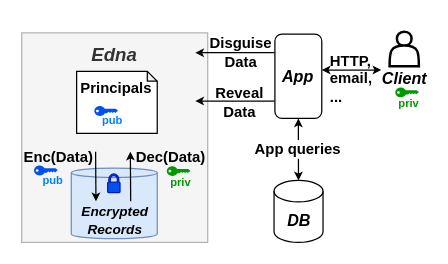
This is page "EDNA" (2 of 13) of papers/osdi22/figs/edna.drawio from tslilyai/data_disguises_lobsters, a draw.io file, before an edit. Source tidied: cells renumbered, new cells numbered last; positions are measured from the earlier drawing's top-left corner, leaving out a move shared by most shapes. Both pictures are drawn from the tidied source at 124%, with x=0, y=0 at pixel (21, 31).
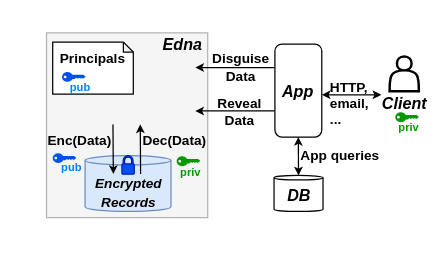
Above is the later version.

Diff of the diagram source:
```diff
@@
-    <mxCell id="2" value="&lt;div&gt;HTTP, &lt;br&gt;email, &lt;br&gt;...&lt;/div&gt;" style="text;html=1;strokeColor=none;fillColor=none;align=left;verticalAlign=middle;whiteSpace=wrap;rounded=0;fontSize=12;fontColor=#000000;labelBackgroundColor=#ffffff;fontStyle=1;" parent="1" vertex="1">
-      <mxGeometry x="247" y="30.5" width="43" height="15" as="geometry" />
+    <mxCell id="2" value="&lt;div style=&quot;font-size: 11px;&quot;&gt;HTTP, &lt;br style=&quot;font-size: 11px;&quot;&gt;email, &lt;br style=&quot;font-size: 11px;&quot;&gt;...&lt;/div&gt;" style="text;html=1;strokeColor=none;fillColor=none;align=left;verticalAlign=middle;whiteSpace=wrap;rounded=0;fontSize=11;fontColor=#000000;labelBackgroundColor=#ffffff;fontStyle=1;" parent="1" vertex="1">
+      <mxGeometry x="247" y="50.5" width="43" height="15" as="geometry" />
     </mxCell>
-    <mxCell id="3" value="&lt;div style=&quot;font-size: 12px&quot;&gt;Disguise &lt;br&gt;Data&lt;/div&gt;" style="text;html=1;strokeColor=none;fillColor=none;align=center;verticalAlign=middle;whiteSpace=wrap;rounded=0;fontSize=12;fontColor=#000000;labelBackgroundColor=#ffffff;fontStyle=1;" parent="1" vertex="1">
-      <mxGeometry x="117" y="7" width="120" height="20" as="geometry" />
+    <mxCell id="3" value="&lt;div style=&quot;font-size: 11px;&quot;&gt;Disguise &lt;br style=&quot;font-size: 11px;&quot;&gt;Data&lt;/div&gt;" style="text;html=1;strokeColor=none;fillColor=none;align=center;verticalAlign=middle;whiteSpace=wrap;rounded=0;fontSize=11;fontColor=#000000;labelBackgroundColor=#ffffff;fontStyle=1;" parent="1" vertex="1">
+      <mxGeometry x="117" y="19" width="120" height="20" as="geometry" />
     </mxCell>
-    <mxCell id="4" value="DB" style="shape=cylinder3;whiteSpace=wrap;html=1;boundedLbl=1;backgroundOutline=1;size=8.655172413793196;fillColor=none;fontSize=13;fontStyle=3;" parent="1" vertex="1">
-      <mxGeometry x="203.5" y="120" width="39.5" height="50" as="geometry" />
+    <mxCell id="4" value="DB" style="shape=cylinder3;whiteSpace=wrap;html=1;boundedLbl=1;backgroundOutline=1;size=1.7999999999999545;fillColor=none;fontSize=13;fontStyle=3;" parent="1" vertex="1">
+      <mxGeometry x="203.5" y="116" width="39.5" height="29" as="geometry" />
     </mxCell>
     <mxCell id="5" value="App" style="rounded=1;whiteSpace=wrap;html=1;fillColor=none;fontSize=13;fontStyle=3;" parent="1" vertex="1">
-      <mxGeometry x="204.2" y="2" width="37.8" height="68" as="geometry" />
+      <mxGeometry x="204.2" y="10" width="37.8" height="75" as="geometry" />
     </mxCell>
-    <mxCell id="6" value="&lt;div&gt;&lt;br&gt;Edna&lt;br&gt;&lt;/div&gt;" style="rounded=0;whiteSpace=wrap;html=1;fillColor=#f5f5f5;fontSize=15;fontColor=#333333;flipV=1;horizontal=1;verticalAlign=top;spacing=0;spacingTop=-14;strokeColor=#B3B3B3;fontStyle=3;" parent="1" vertex="1">
-      <mxGeometry y="1" width="150" height="169" as="geometry" />
+    <mxCell id="6" style="rounded=0;whiteSpace=wrap;html=1;fillColor=#f5f5f5;fontSize=15;fontColor=#333333;flipV=1;horizontal=1;verticalAlign=top;spacing=0;spacingTop=-14;strokeColor=#B3B3B3;fontStyle=3;" parent="1" vertex="1">
+      <mxGeometry x="20" y="1" width="130" height="149" as="geometry" />
     </mxCell>
     <mxCell id="7" style="endArrow=classic;html=1;strokeWidth=1;fontSize=15;fontColor=#000000;entryX=1.042;entryY=0.819;entryDx=0;entryDy=0;entryPerimeter=0;endSize=4;startSize=4;fontStyle=1;" parent="1" edge="1">
       <mxGeometry relative="1" as="geometry">
-        <mxPoint x="204" y="17" as="sourcePoint" />
-        <mxPoint x="140" y="17" as="targetPoint" />
+        <mxPoint x="204" y="29" as="sourcePoint" />
+        <mxPoint x="140" y="29" as="targetPoint" />
       </mxGeometry>
     </mxCell>
@@
-    <mxCell id="9" value="App queries" style="text;html=1;strokeColor=none;fillColor=none;align=center;verticalAlign=middle;whiteSpace=wrap;rounded=0;fontSize=12;fontColor=#000000;labelBackgroundColor=#ffffff;fontStyle=1;" parent="1" vertex="1">
-      <mxGeometry x="178.2" y="87" width="90" height="15" as="geometry" />
+    <mxCell id="9" value="&lt;div style=&quot;font-size: 11px;&quot;&gt;App queries&lt;/div&gt;" style="text;html=1;strokeColor=none;fillColor=none;align=center;verticalAlign=middle;whiteSpace=wrap;rounded=0;fontSize=11;fontColor=#000000;labelBackgroundColor=#ffffff;fontStyle=1;" parent="1" vertex="1">
+      <mxGeometry x="211.5" y="92" width="90" height="15" as="geometry" />
     </mxCell>
-    <mxCell id="10" value="&lt;div&gt;Principals&lt;/div&gt;" style="shape=note;whiteSpace=wrap;html=1;backgroundOutline=1;darkOpacity=0.05;size=8;labelBackgroundColor=none;horizontal=1;verticalAlign=top;fontStyle=1;" parent="1" vertex="1">
-      <mxGeometry x="44.3" y="32" width="65" height="50" as="geometry" />
+    <mxCell id="10" value="&lt;div style=&quot;font-size: 11px;&quot;&gt;Principals&lt;/div&gt;" style="shape=note;whiteSpace=wrap;html=1;backgroundOutline=1;darkOpacity=0.05;size=8;labelBackgroundColor=none;horizontal=1;verticalAlign=top;fontStyle=1;fontSize=11;" parent="1" vertex="1">
+      <mxGeometry x="25" y="8.5" width="65" height="42" as="geometry" />
     </mxCell>
-    <mxCell id="11" value="&lt;div style=&quot;font-size: 12px&quot;&gt;Reveal&lt;br&gt;Data&lt;/div&gt;" style="text;html=1;strokeColor=none;fillColor=none;align=center;verticalAlign=middle;whiteSpace=wrap;rounded=0;fontSize=12;fontColor=#000000;labelBackgroundColor=#ffffff;fontStyle=1;" parent="1" vertex="1">
-      <mxGeometry x="116" y="47" width="120" height="20" as="geometry" />
+    <mxCell id="11" value="&lt;div style=&quot;font-size: 11px;&quot;&gt;Reveal&lt;br style=&quot;font-size: 11px;&quot;&gt;Data&lt;/div&gt;" style="text;html=1;strokeColor=none;fillColor=none;align=center;verticalAlign=middle;whiteSpace=wrap;rounded=0;fontSize=11;fontColor=#000000;labelBackgroundColor=#ffffff;fontStyle=1;" parent="1" vertex="1">
+      <mxGeometry x="163" y="55" width="26" height="20" as="geometry" />
     </mxCell>
     <mxCell id="12" style="endArrow=classic;html=1;strokeWidth=1;fontSize=15;fontColor=#000000;entryX=1.042;entryY=0.819;entryDx=0;entryDy=0;entryPerimeter=0;endSize=4;startSize=4;fontStyle=1;" parent="1" edge="1">
       <mxGeometry relative="1" as="geometry">
-        <mxPoint x="204" y="56" as="sourcePoint" />
-        <mxPoint x="140" y="56" as="targetPoint" />
+        <mxPoint x="204" y="64" as="sourcePoint" />
+        <mxPoint x="140" y="64" as="targetPoint" />
       </mxGeometry>
     </mxCell>
     <mxCell id="13" value="&lt;font style=&quot;font-size: 11px&quot;&gt;Encrypted &lt;br&gt;Records&lt;/font&gt;" style="shape=cylinder3;html=1;boundedLbl=1;backgroundOutline=1;size=3.8275862068964557;labelPosition=center;verticalLabelPosition=middle;align=center;verticalAlign=bottom;fillColor=#dae8fc;strokeColor=#6c8ebf;spacingBottom=-3;fontStyle=3;" parent="1" vertex="1">
-      <mxGeometry x="40" y="110" width="69.3" height="57" as="geometry" />
+      <mxGeometry x="51.1" y="100" width="69.3" height="45" as="geometry" />
     </mxCell>
     <mxCell id="14" style="shadow=0;dashed=0;html=1;fillColor=#0050ef;labelPosition=center;verticalLabelPosition=bottom;verticalAlign=top;align=center;shape=mxgraph.office.security.lock_protected;fontColor=#ffffff;strokeColor=#001DBC;fontStyle=1;" parent="1" vertex="1">
-      <mxGeometry x="69.3" y="114.8" width="10" height="15" as="geometry" />
+      <mxGeometry x="80.8" y="100" width="10" height="15" as="geometry" />
     </mxCell>
     <mxCell id="15" style="endArrow=classic;html=1;strokeWidth=1;fontSize=15;fontColor=#000000;startArrow=classic;startFill=1;endSize=4;startSize=4;exitX=1;exitY=0.5;exitDx=0;exitDy=0;fontStyle=1;" parent="1" edge="1">
       <mxGeometry relative="1" as="geometry">
-        <mxPoint x="242" y="31" as="sourcePoint" />
-        <mxPoint x="290" y="31" as="targetPoint" />
+        <mxPoint x="242" y="51" as="sourcePoint" />
+        <mxPoint x="290" y="51" as="targetPoint" />
       </mxGeometry>
     </mxCell>
-    <mxCell id="16" value="&lt;div style=&quot;font-size: 12px&quot;&gt;Dec(Data)&lt;/div&gt;" style="text;html=1;strokeColor=none;fillColor=none;align=center;verticalAlign=middle;whiteSpace=wrap;rounded=0;fontSize=12;fontColor=#000000;labelBackgroundColor=none;fontStyle=1;" parent="1" vertex="1">
-      <mxGeometry x="97.6" y="91.5" width="44.5" height="20" as="geometry" />
+    <mxCell id="16" value="&lt;div style=&quot;font-size: 11px;&quot;&gt;Dec(Data)&lt;/div&gt;" style="text;html=1;strokeColor=none;fillColor=none;align=center;verticalAlign=middle;whiteSpace=wrap;rounded=0;fontSize=11;fontColor=#000000;labelBackgroundColor=none;fontStyle=1;" parent="1" vertex="1">
+      <mxGeometry x="100.5" y="78" width="44.5" height="20" as="geometry" />
     </mxCell>
-    <mxCell id="17" value="&lt;div style=&quot;font-size: 12px&quot;&gt;Enc(Data)&lt;/div&gt;" style="text;html=1;strokeColor=none;fillColor=none;align=center;verticalAlign=middle;whiteSpace=wrap;rounded=0;fontSize=12;fontColor=#000000;labelBackgroundColor=none;fontStyle=1;" parent="1" vertex="1">
-      <mxGeometry x="1.4" y="91.5" width="58.2" height="20" as="geometry" />
+    <mxCell id="17" value="&lt;div style=&quot;font-size: 11px;&quot;&gt;Enc(Data)&lt;/div&gt;" style="text;html=1;strokeColor=none;fillColor=none;align=center;verticalAlign=middle;whiteSpace=wrap;rounded=0;fontSize=11;fontColor=#000000;labelBackgroundColor=none;fontStyle=1;" parent="1" vertex="1">
+      <mxGeometry x="17.9" y="78" width="58.2" height="20" as="geometry" />
     </mxCell>
     <mxCell id="18" style="endArrow=classic;html=1;strokeWidth=1;fontSize=15;fontColor=#000000;startArrow=none;startFill=0;endSize=4;startSize=4;fontStyle=1;" parent="1" edge="1">
       <mxGeometry relative="1" as="geometry">
-        <mxPoint x="59.6" y="96.8" as="sourcePoint" />
-        <mxPoint x="59.9" y="136.8" as="targetPoint" />
+        <mxPoint x="73.6" y="74.8" as="sourcePoint" />
+        <mxPoint x="73.9" y="114.8" as="targetPoint" />
       </mxGeometry>
     </mxCell>
     <mxCell id="19" style="endArrow=classic;html=1;strokeWidth=1;fontSize=15;fontColor=#000000;startArrow=none;startFill=0;endSize=4;startSize=4;fontStyle=1;" parent="1" edge="1">
       <mxGeometry relative="1" as="geometry">
-        <mxPoint x="87.9" y="136.8" as="sourcePoint" />
-        <mxPoint x="87.6" y="96.8" as="targetPoint" />
+        <mxPoint x="95.9" y="114.8" as="sourcePoint" />
+        <mxPoint x="95.6" y="74.8" as="targetPoint" />
       </mxGeometry>
     </mxCell>
     <mxCell id="20" value="&lt;div&gt;pub&lt;br&gt;&lt;/div&gt;" style="verticalLabelPosition=bottom;sketch=0;html=1;verticalAlign=top;align=center;shape=mxgraph.cisco19.key;fillColor=#0050ef;strokeColor=#001DBC;fontSize=9;fontColor=#007FFF;spacingLeft=10;spacingTop=-8;fontStyle=1;" parent="1" vertex="1">
-      <mxGeometry x="10" y="108" width="19" height="8" as="geometry" />
+      <mxGeometry x="25" y="98" width="19" height="8" as="geometry" />
     </mxCell>
     <mxCell id="21" value="&lt;div&gt;pub&lt;br&gt;&lt;/div&gt;" style="verticalLabelPosition=bottom;sketch=0;html=1;verticalAlign=top;align=center;shape=mxgraph.cisco19.key;fillColor=#0050ef;strokeColor=#001DBC;fontSize=9;fontColor=#007FFF;spacingLeft=10;spacingTop=-8;fontStyle=1;" parent="1" vertex="1">
-      <mxGeometry x="58.6" y="60" width="19" height="8" as="geometry" />
+      <mxGeometry x="32.5" y="32.5" width="19" height="8" as="geometry" />
     </mxCell>
     <mxCell id="22" value="priv" style="verticalLabelPosition=bottom;sketch=0;html=1;verticalAlign=top;align=center;shape=mxgraph.cisco19.key;fillColor=#009900;strokeColor=#00CC00;fontSize=9;fontColor=#009900;spacingLeft=3;spacingTop=-7;fontStyle=1;" parent="1" vertex="1">
-      <mxGeometry x="117" y="108.5" width="19" height="8" as="geometry" />
+      <mxGeometry x="125" y="100.5" width="19" height="8" as="geometry" />
     </mxCell>
     <mxCell id="23" value="priv" style="verticalLabelPosition=bottom;sketch=0;html=1;verticalAlign=top;align=center;shape=mxgraph.cisco19.key;fillColor=#009900;strokeColor=#00CC00;fontSize=9;fontColor=#009900;spacingLeft=3;spacingTop=-7;fontStyle=1;" parent="1" vertex="1">
-      <mxGeometry x="301.3" y="45" width="19" height="8" as="geometry" />
+      <mxGeometry x="301.3" y="65" width="19" height="8" as="geometry" />
     </mxCell>
     <mxCell id="24" value="&lt;div&gt;Client&lt;/div&gt;" style="shape=actor;whiteSpace=wrap;html=1;labelBackgroundColor=none;fontSize=13;fontColor=#000000;strokeColor=default;strokeWidth=2;fillColor=none;gradientColor=#ffffff;labelPosition=center;verticalLabelPosition=bottom;align=center;verticalAlign=top;fontStyle=3;spacing=-2;" parent="1" vertex="1">
-      <mxGeometry x="296.7" y="0.1" width="23.6" height="27.9" as="geometry" />
+      <mxGeometry x="296.7" y="20.1" width="23.6" height="27.9" as="geometry" />
     </mxCell>
+    <mxCell id="25" value="&lt;font style=&quot;font-size: 13px&quot;&gt;&lt;i&gt;&lt;b&gt;Edna&lt;/b&gt;&lt;/i&gt;&lt;/font&gt;" style="text;html=1;strokeColor=none;fillColor=none;align=center;verticalAlign=middle;whiteSpace=wrap;rounded=0;labelBackgroundColor=none;fontSize=11;fontColor=#000000;" parent="1" vertex="1">
+      <mxGeometry x="99.5" y="-5" width="60" height="30" as="geometry" />
+    </mxCell>
```
